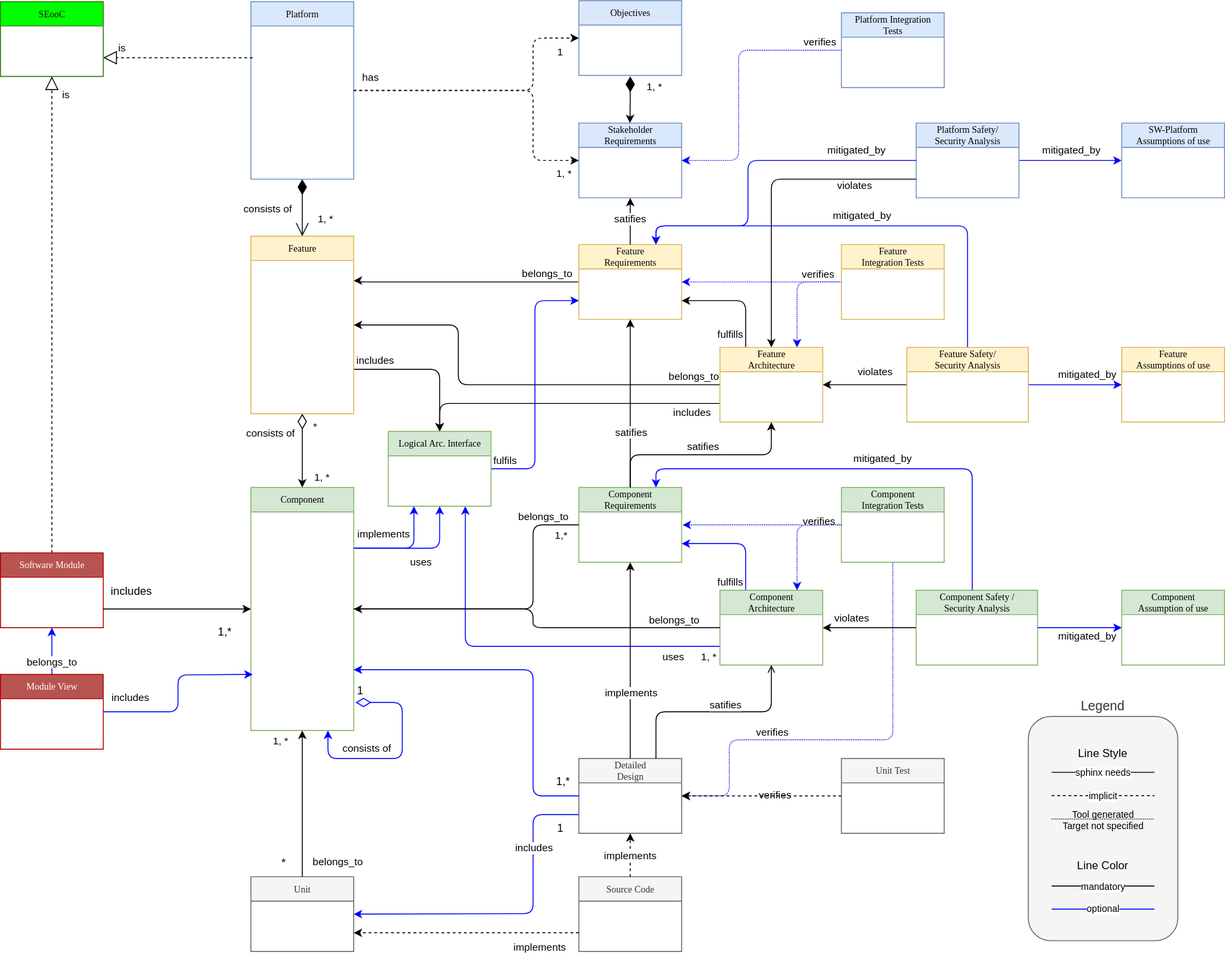
This is pr-524/_images/score_building_blocks_meta_model.drawio.svg from eclipse-score/process_description, a draw.io export, as it was before one commit. Source tidied: cells renumbered, new cells last; positions are measured from the earlier drawing's top-left corner, leaving out a move shared by most shapes.
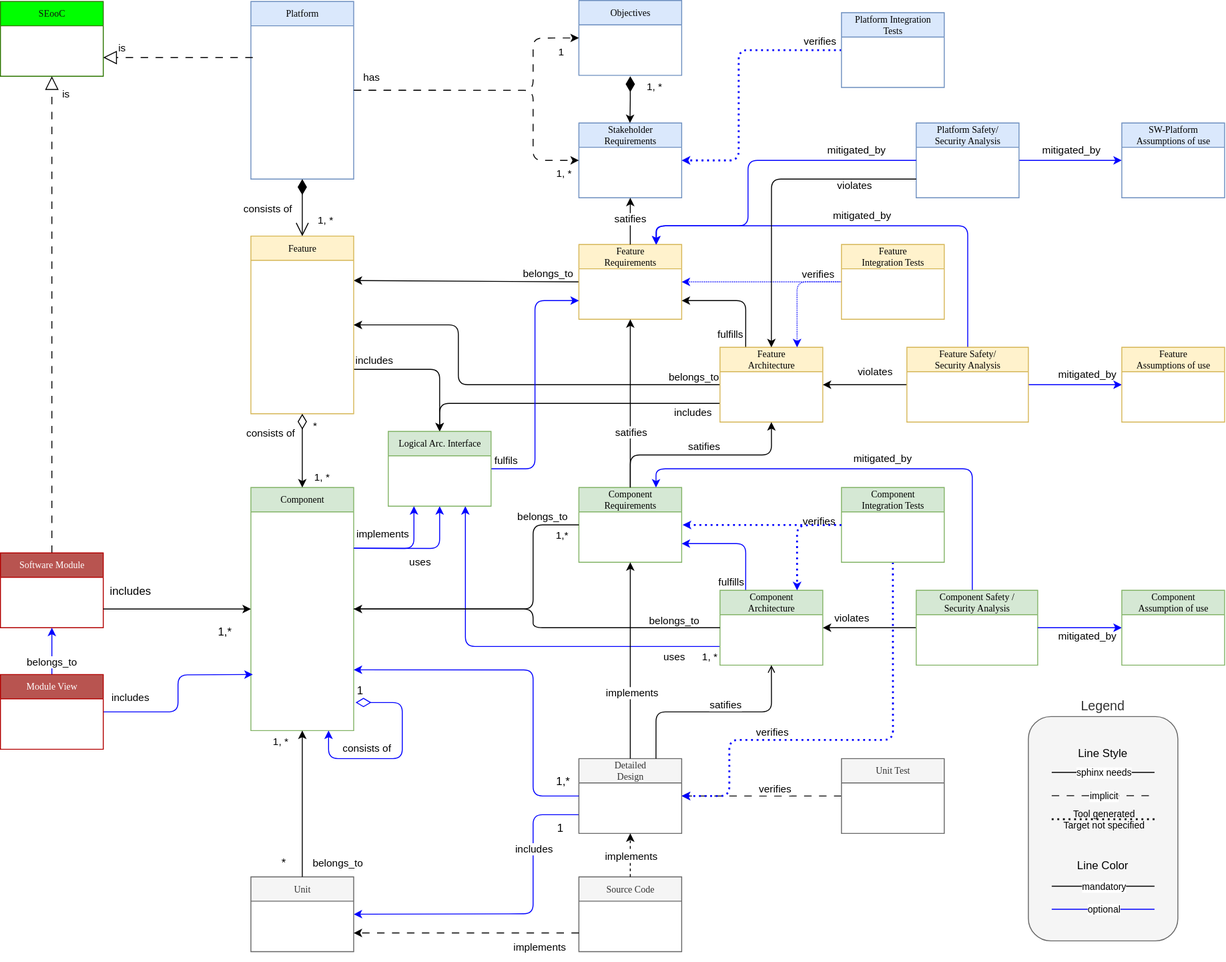
Above is the later version.

What changed in the source:
```diff
@@ -2,6 +2,9 @@
   <root>
     <mxCell id="0" />
     <mxCell id="1" parent="0" />
+    <mxCell id="99" style="edgeStyle=orthogonalEdgeStyle;rounded=0;jettySize=auto;html=1;dashed=1;entryX=1;entryY=0.5;entryDx=0;entryDy=0;verticalAlign=middle;dashPattern=8 8;" parent="1" edge="1" source="100" target="55">
+      <mxGeometry relative="1" as="geometry" />
+    </mxCell>
     <mxCell id="2" style="edgeStyle=orthogonalEdgeStyle;rounded=1;jettySize=auto;html=1;entryX=0;entryY=0.5;entryDx=0;entryDy=0;endArrow=none;endFill=0;curved=0;exitX=1;exitY=0.25;exitDx=0;exitDy=0;startArrow=classic;startFill=1;" parent="1" edge="1" source="6" target="11">
       <mxGeometry x="-0.82" y="8" relative="1" as="geometry">
         <Array as="points">
@@ -37,7 +40,7 @@
     <mxCell id="9" value="SEooC" style="swimlane;html=1;fontStyle=0;horizontal=1;startSize=26;fillColor=#00FF00;swimlaneFillColor=#ffffff;rounded=0;shadow=0;comic=0;labelBackgroundColor=none;strokeWidth=1;fontFamily=Verdana;fontSize=10;align=center;fontColor=#0F0F0F;strokeColor=#2D7600;" parent="1" vertex="1">
       <mxGeometry y="1" width="110" height="80" as="geometry" />
     </mxCell>
-    <mxCell id="10" value="is" style="endArrow=block;dashed=1;endFill=0;endSize=12;html=1;rounded=0;entryX=0.5;entryY=1;entryDx=0;entryDy=0;exitX=0.5;exitY=0;exitDx=0;exitDy=0;" parent="1" edge="1" source="66" target="9">
+    <mxCell id="10" value="is" style="endArrow=block;dashed=1;endFill=0;endSize=12;html=1;rounded=0;entryX=0.5;entryY=1;entryDx=0;entryDy=0;exitX=0.5;exitY=0;exitDx=0;exitDy=0;dashPattern=8 8;" parent="1" edge="1" source="66" target="9">
       <mxGeometry x="0.92" y="-15" relative="1" as="geometry" />
     </mxCell>
     <mxCell id="11" value="Feature&lt;br&gt;Requirements" style="swimlane;html=1;fontStyle=0;horizontal=1;startSize=26;fillColor=#fff2cc;swimlaneFillColor=#ffffff;rounded=0;shadow=0;comic=0;labelBackgroundColor=none;strokeWidth=1;fontFamily=Verdana;fontSize=10;align=center;strokeColor=#d6b656;" parent="1" vertex="1">
@@ -149,13 +152,13 @@
     <mxCell id="34" value="satifies" style="edgeLabel;html=1;align=center;verticalAlign=middle;" parent="33" vertex="1">
       <mxGeometry x="0.11" y="1" relative="1" as="geometry" />
     </mxCell>
-    <mxCell id="35" style="endArrow=classic;dashed=1;endFill=1;endSize=6;html=1;rounded=0;fontSize=8;fontColor=#FF0000;exitX=0;exitY=0.75;exitDx=0;exitDy=0;entryX=1;entryY=0.75;entryDx=0;entryDy=0;" parent="1" edge="1" source="30" target="27">
+    <mxCell id="35" style="endArrow=classic;dashed=1;endFill=1;endSize=6;html=1;rounded=0;fontSize=8;fontColor=#FF0000;exitX=0;exitY=0.75;exitDx=0;exitDy=0;entryX=1;entryY=0.75;entryDx=0;entryDy=0;dashPattern=8 8;" parent="1" edge="1" source="30" target="27">
       <mxGeometry relative="1" as="geometry" />
     </mxCell>
     <mxCell id="36" value="&lt;span style=&quot;color: rgb(0, 0, 0); font-size: 11px; background-color: rgb(255, 255, 255);&quot;&gt;implements&lt;/span&gt;" style="text;html=1;align=center;verticalAlign=middle;strokeColor=none;fillColor=none;fontSize=8;fontColor=#FF0000;" parent="1" vertex="1">
       <mxGeometry x="537" y="997.5" width="80" height="30" as="geometry" />
     </mxCell>
-    <mxCell id="37" style="edgeStyle=orthogonalEdgeStyle;rounded=1;jettySize=auto;html=1;entryX=0;entryY=0.5;entryDx=0;entryDy=0;curved=0;dashed=1;" parent="1" edge="1" source="38" target="32">
+    <mxCell id="37" style="edgeStyle=orthogonalEdgeStyle;rounded=1;jettySize=auto;html=1;entryX=0;entryY=0.5;entryDx=0;entryDy=0;curved=0;dashed=1;dashPattern=8 8;" parent="1" edge="1" source="38" target="32">
       <mxGeometry relative="1" as="geometry">
         <Array as="points">
           <mxPoint x="570" y="96" />
@@ -187,7 +190,7 @@
     <mxCell id="43" value="Objectives" style="swimlane;html=1;fontStyle=0;horizontal=1;startSize=26;fillColor=#dae8fc;swimlaneFillColor=#ffffff;rounded=0;shadow=0;comic=0;labelBackgroundColor=none;strokeWidth=1;fontFamily=Verdana;fontSize=10;align=center;strokeColor=#6c8ebf;" parent="1" vertex="1">
       <mxGeometry x="619" width="110" height="80" as="geometry" />
     </mxCell>
-    <mxCell id="44" style="edgeStyle=orthogonalEdgeStyle;rounded=1;jettySize=auto;html=1;entryX=0;entryY=0.5;entryDx=0;entryDy=0;exitX=1;exitY=0.5;exitDx=0;exitDy=0;curved=0;dashed=1;" parent="1" edge="1" source="38" target="43">
+    <mxCell id="44" style="edgeStyle=orthogonalEdgeStyle;rounded=1;jettySize=auto;html=1;entryX=0;entryY=0.5;entryDx=0;entryDy=0;exitX=1;exitY=0.5;exitDx=0;exitDy=0;curved=0;dashed=1;dashPattern=8 8;" parent="1" edge="1" source="38" target="43">
       <mxGeometry relative="1" as="geometry">
         <Array as="points">
           <mxPoint x="570" y="96" />
@@ -331,7 +334,7 @@
         <mxPoint x="13" as="offset" />
       </mxGeometry>
     </mxCell>
-    <mxCell id="71" value="is" style="endArrow=block;dashed=1;endFill=0;endSize=12;html=1;rounded=0;entryX=1;entryY=0.75;entryDx=0;entryDy=0;" parent="1" edge="1" target="9">
+    <mxCell id="71" value="is" style="endArrow=block;dashed=1;endFill=0;endSize=12;html=1;rounded=0;entryX=1;entryY=0.75;entryDx=0;entryDy=0;dashPattern=8 8;" parent="1" edge="1" target="9">
       <mxGeometry x="0.75" y="-10" relative="1" as="geometry">
         <mxPoint x="270" y="61" as="sourcePoint" />
       </mxGeometry>
@@ -357,7 +360,7 @@
     <mxCell id="76" value="Feature &lt;br&gt;Assumptions of use" style="swimlane;html=1;fontStyle=0;horizontal=1;startSize=26;fillColor=#fff2cc;swimlaneFillColor=#ffffff;rounded=0;shadow=0;comic=0;labelBackgroundColor=none;strokeWidth=1;fontFamily=Verdana;fontSize=10;align=center;strokeColor=#d6b656;" parent="1" vertex="1">
       <mxGeometry x="1200" y="371" width="110" height="80" as="geometry" />
     </mxCell>
-    <mxCell id="77" style="edgeStyle=orthogonalEdgeStyle;rounded=1;jettySize=auto;html=1;entryX=1;entryY=0.5;entryDx=0;entryDy=0;dashed=1;curved=0;strokeColor=#0000FF;dashPattern=1 1;" parent="1" edge="1" source="78" target="32">
+    <mxCell id="77" style="edgeStyle=orthogonalEdgeStyle;rounded=1;jettySize=auto;html=1;entryX=1;entryY=0.5;entryDx=0;entryDy=0;dashed=1;curved=0;strokeColor=#0000FF;dashPattern=1 2;strokeWidth=2;endSize=3;" parent="1" edge="1" source="78" target="32">
       <mxGeometry relative="1" as="geometry">
         <Array as="points">
           <mxPoint x="790" y="53" />
@@ -397,12 +400,12 @@
         <mxPoint x="-51" y="-1" as="offset" />
       </mxGeometry>
     </mxCell>
-    <mxCell id="86" style="edgeStyle=orthogonalEdgeStyle;rounded=1;jettySize=auto;html=1;dashed=1;exitX=0;exitY=0.5;exitDx=0;exitDy=0;curved=0;strokeColor=#0000FF;dashPattern=1 1;" parent="1" edge="1" source="88">
+    <mxCell id="86" style="edgeStyle=orthogonalEdgeStyle;rounded=1;jettySize=auto;html=1;dashed=1;exitX=0;exitY=0.5;exitDx=0;exitDy=0;curved=0;strokeColor=#0000FF;dashPattern=1 2;strokeWidth=2;endSize=3;" parent="1" edge="1" source="88">
       <mxGeometry relative="1" as="geometry">
         <mxPoint x="730" y="561" as="targetPoint" />
       </mxGeometry>
     </mxCell>
-    <mxCell id="87" style="edgeStyle=orthogonalEdgeStyle;rounded=1;jettySize=auto;html=1;entryX=1;entryY=0.5;entryDx=0;entryDy=0;dashed=1;startArrow=none;startFill=0;endArrow=classic;endFill=1;exitX=0.5;exitY=1;exitDx=0;exitDy=0;curved=0;dashPattern=1 1;strokeColor=#0000FF;" parent="1" edge="1" source="88" target="55">
+    <mxCell id="87" style="edgeStyle=orthogonalEdgeStyle;rounded=1;jettySize=auto;html=1;entryX=1;entryY=0.5;entryDx=0;entryDy=0;dashed=1;startArrow=none;startFill=0;endArrow=classic;endFill=1;exitX=0.5;exitY=1;exitDx=0;exitDy=0;curved=0;strokeColor=#0000FF;dashPattern=1 2;strokeWidth=2;endSize=3;" parent="1" edge="1" source="88" target="55">
       <mxGeometry relative="1" as="geometry">
         <Array as="points">
           <mxPoint x="955" y="791" />
@@ -455,13 +458,10 @@
       </mxGeometry>
     </mxCell>
     <mxCell id="98" value="verifies" style="edgeLabel;html=1;align=center;verticalAlign=middle;" parent="1" vertex="1">
-      <mxGeometry x="840" y="571" as="geometry">
+      <mxGeometry x="840" y="565" as="geometry">
         <mxPoint x="-12" y="278" as="offset" />
       </mxGeometry>
     </mxCell>
-    <mxCell id="99" style="edgeStyle=orthogonalEdgeStyle;rounded=0;jettySize=auto;html=1;dashed=1;entryX=1;entryY=0.5;entryDx=0;entryDy=0;" parent="1" edge="1" source="100" target="55">
-      <mxGeometry relative="1" as="geometry" />
-    </mxCell>
     <mxCell id="100" value="Unit Test" style="swimlane;html=1;fontStyle=0;horizontal=1;startSize=26;fillColor=#f5f5f5;swimlaneFillColor=#ffffff;rounded=0;shadow=0;comic=0;labelBackgroundColor=none;strokeWidth=1;fontFamily=Verdana;fontSize=10;align=center;fontColor=#333333;strokeColor=#666666;" parent="1" vertex="1">
       <mxGeometry x="900" y="811" width="110" height="80" as="geometry" />
     </mxCell>
@@ -481,7 +481,7 @@
     <mxCell id="104" value="1,*" style="text;html=1;align=center;verticalAlign=middle;strokeColor=none;fillColor=none;" parent="1" vertex="1">
       <mxGeometry x="582.4" y="821" width="40" height="30" as="geometry" />
     </mxCell>
-    <mxCell id="105" style="edgeStyle=orthogonalEdgeStyle;rounded=1;jettySize=auto;html=1;entryX=0.75;entryY=0;entryDx=0;entryDy=0;dashed=1;curved=0;strokeColor=#0000FF;dashPattern=1 1;" parent="1" edge="1" target="50">
+    <mxCell id="105" style="edgeStyle=orthogonalEdgeStyle;rounded=1;jettySize=auto;html=1;entryX=0.75;entryY=0;entryDx=0;entryDy=0;dashed=1;curved=0;strokeColor=#0000FF;dashPattern=1 2;strokeWidth=2;endSize=3;" parent="1" edge="1" target="50">
       <mxGeometry relative="1" as="geometry">
         <mxPoint x="900" y="561" as="sourcePoint" />
       </mxGeometry>
@@ -543,7 +543,7 @@
         <mxPoint x="1235" y="825.8" as="targetPoint" />
       </mxGeometry>
     </mxCell>
-    <mxCell id="118" value="implicit" style="endArrow=none;html=1;entryX=0.778;entryY=0.19;entryDx=0;entryDy=0;entryPerimeter=0;dashed=1;fontSize=10;" parent="1" edge="1">
+    <mxCell id="118" value="implicit" style="endArrow=none;html=1;entryX=0.778;entryY=0.19;entryDx=0;entryDy=0;entryPerimeter=0;dashed=1;fontSize=10;dashPattern=8 8;" parent="1" edge="1">
       <mxGeometry relative="1" as="geometry">
         <mxPoint x="1125" y="850.7" as="sourcePoint" />
         <mxPoint x="1235" y="850.7" as="targetPoint" />
@@ -572,8 +572,8 @@
     <mxCell id="123" value="Module View" style="swimlane;html=1;fontStyle=0;horizontal=1;startSize=26;fillColor=#B85450;swimlaneFillColor=#ffffff;rounded=0;shadow=0;comic=0;labelBackgroundColor=none;strokeWidth=1;fontFamily=Verdana;fontSize=10;align=center;strokeColor=#B20000;fontColor=#ffffff;" parent="1" vertex="1">
       <mxGeometry y="721" width="110" height="80" as="geometry" />
     </mxCell>
-    <mxCell id="124" value="Tool generated&lt;br&gt;Target not specified" style="endArrow=none;html=1;entryX=0.778;entryY=0.19;entryDx=0;entryDy=0;entryPerimeter=0;dashed=1;dashPattern=1 1;labelBackgroundColor=none;fontSize=10;" parent="1" edge="1">
-      <mxGeometry y="-1" relative="1" as="geometry">
+    <mxCell id="124" value="Tool generated&lt;br&gt;Target not specified" style="endArrow=none;html=1;entryX=0.778;entryY=0.19;entryDx=0;entryDy=0;entryPerimeter=0;dashed=1;dashPattern=1 2;labelBackgroundColor=none;fontSize=10;strokeWidth=2;spacing=2;" parent="1" edge="1">
+      <mxGeometry relative="1" as="geometry">
         <mxPoint x="1125" y="875.8" as="sourcePoint" />
         <mxPoint x="1235" y="875.8" as="targetPoint" />
       </mxGeometry>
```
